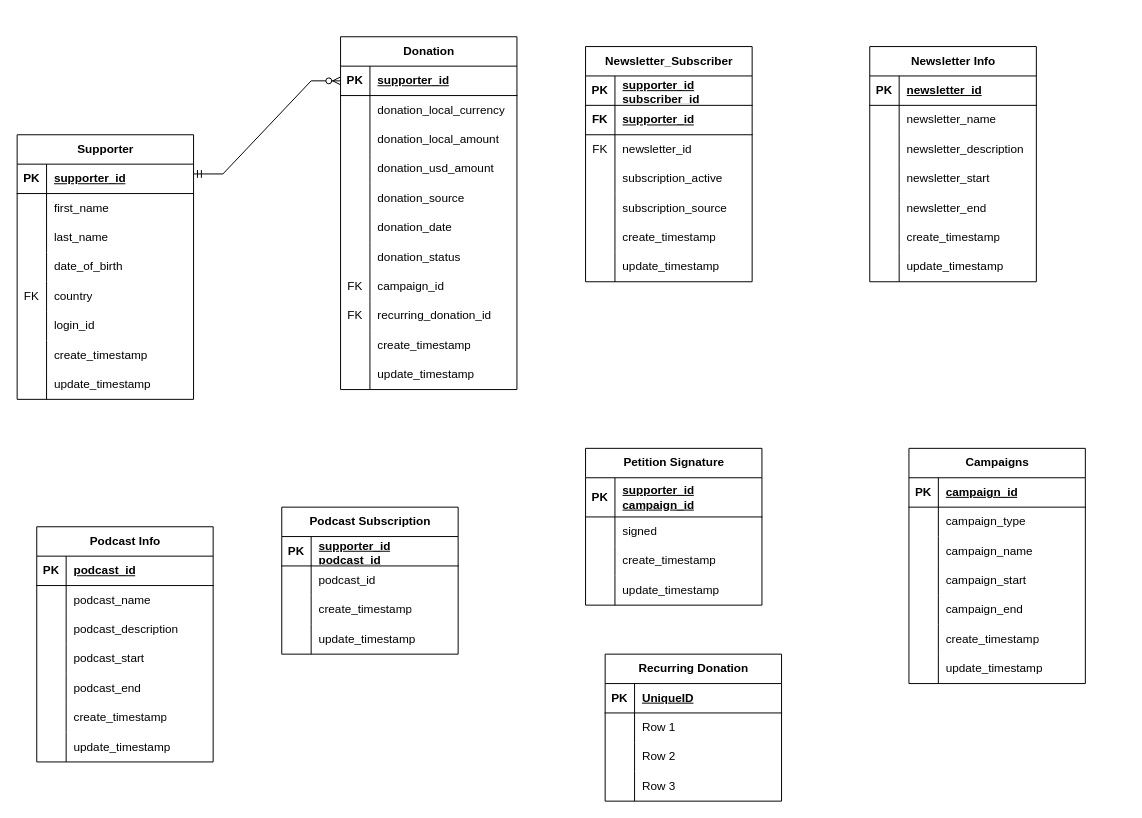
The draw.io diagram Untitled Diagram.drawio in GeoDan87/CIT225, before the edit. Source tidied: cells renumbered, new cells numbered last; positions are measured from the earlier drawing's top-left corner, leaving out a move shared by most shapes. Both pictures are drawn from the tidied source at 98%, with x=0, y=0 at pixel (17, 36).
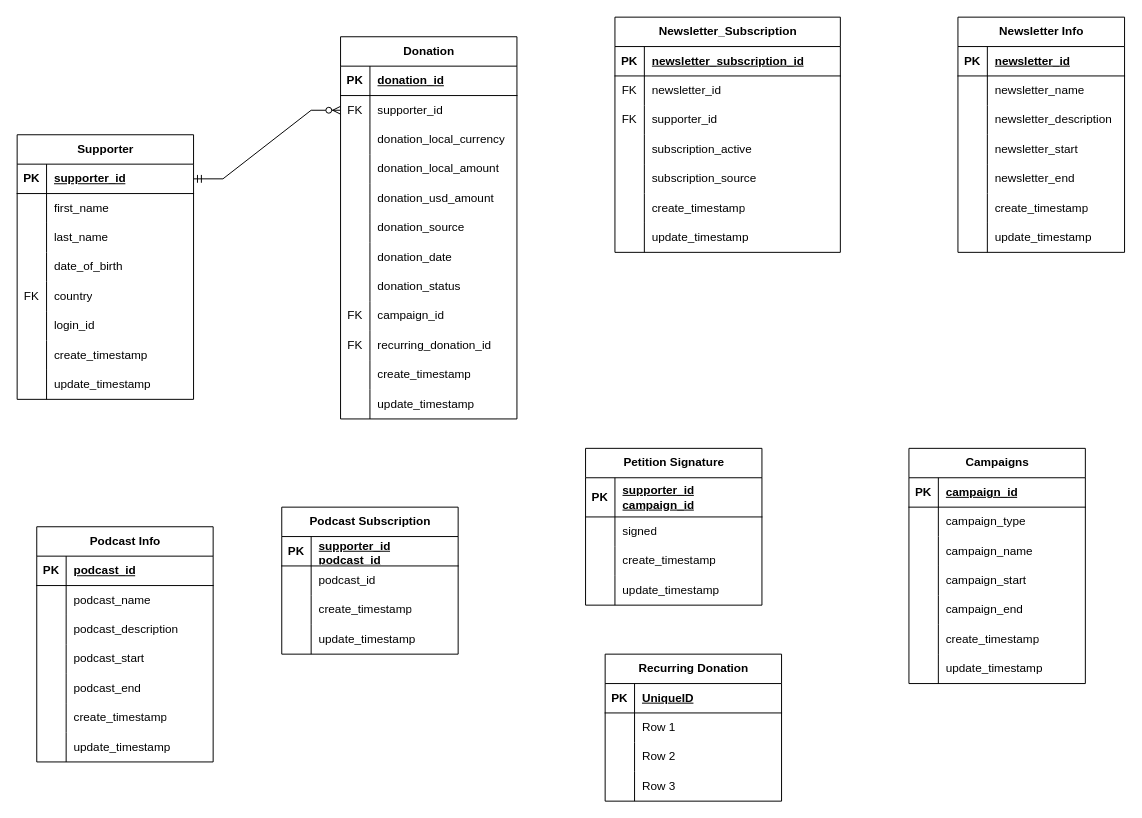
The same diagram, later.

Unchanged cells that the change refers to:
```xml
<mxCell id="3" style="shape=tableRow;horizontal=0;startSize=0;swimlaneHead=0;swimlaneBody=0;fillColor=none;points=[[0,0.5],[1,0.5]];portConstraint=eastwest;top=0;left=0;right=0;bottom=1;" parent="2" vertex="1">
  <mxGeometry y="30" width="180" height="30" as="geometry" />
</mxCell>
<mxCell id="98" style="shape=tableRow;horizontal=0;startSize=0;swimlaneHead=0;swimlaneBody=0;fillColor=none;points=[[0,0.5],[1,0.5]];portConstraint=eastwest;top=0;left=0;right=0;bottom=1;" parent="97" vertex="1">
  <mxGeometry y="30" width="180" height="30" as="geometry" />
</mxCell>
```

The edit, as a diff of the source:
```diff
@@
-    <mxCell id="40" value="Newsletter_Subscriber" style="shape=table;startSize=30;childLayout=tableLayout;rowLines=0;fontStyle=1;align=center;html=1;" parent="1" vertex="1">
-      <mxGeometry x="580" y="10" width="170" height="240" as="geometry" />
+    <mxCell id="40" value="Newsletter_Subscription" style="shape=table;startSize=30;childLayout=tableLayout;rowLines=0;fontStyle=1;align=center;html=1;" parent="1" vertex="1">
+      <mxGeometry x="610" y="-20" width="230" height="240" as="geometry" />
     </mxCell>
     <mxCell id="41" style="shape=tableRow;horizontal=0;startSize=0;swimlaneHead=0;swimlaneBody=0;fillColor=none;top=0;left=0;right=0;bottom=1;" parent="40" vertex="1">
-      <mxGeometry y="30" width="170" height="30" as="geometry" />
+      <mxGeometry y="30" width="230" height="30" as="geometry" />
     </mxCell>
@@
-    <mxCell id="43" value="supporter_id&lt;br&gt;subscriber_id" style="shape=partialRectangle;fillColor=none;top=0;left=0;bottom=0;right=0;align=left;spacingLeft=6;fontStyle=5;overflow=hidden;whiteSpace=wrap;html=1;" parent="41" vertex="1">
-      <mxGeometry x="30" width="140" height="30" as="geometry" />
+    <mxCell id="43" value="newsletter_subscription_id" style="shape=partialRectangle;fillColor=none;top=0;left=0;bottom=0;right=0;align=left;spacingLeft=6;fontStyle=5;overflow=hidden;whiteSpace=wrap;html=1;" parent="41" vertex="1">
+      <mxGeometry x="30" width="200" height="30" as="geometry" />
     </mxCell>
-    <mxCell id="44" style="shape=tableRow;horizontal=0;startSize=0;swimlaneHead=0;swimlaneBody=0;fillColor=none;top=0;left=0;right=0;bottom=1;" parent="40" vertex="1">
-      <mxGeometry y="60" width="170" height="30" as="geometry" />
-    </mxCell>
-    <mxCell id="45" value="FK" style="shape=partialRectangle;fillColor=none;top=0;left=0;bottom=0;right=0;fontStyle=1;overflow=hidden;whiteSpace=wrap;html=1;" parent="44" vertex="1">
-      <mxGeometry width="30" height="30" as="geometry" />
-    </mxCell>
-    <mxCell id="46" value="supporter_id" style="shape=partialRectangle;fillColor=none;top=0;left=0;bottom=0;right=0;align=left;spacingLeft=6;fontStyle=5;overflow=hidden;whiteSpace=wrap;html=1;" parent="44" vertex="1">
-      <mxGeometry x="30" width="140" height="30" as="geometry" />
-    </mxCell>
     <mxCell id="47" style="shape=tableRow;horizontal=0;startSize=0;swimlaneHead=0;swimlaneBody=0;fillColor=none;top=0;left=0;right=0;bottom=0;" parent="40" vertex="1">
-      <mxGeometry y="90" width="170" height="30" as="geometry" />
+      <mxGeometry y="60" width="230" height="30" as="geometry" />
     </mxCell>
@@
     <mxCell id="49" value="newsletter_id" style="shape=partialRectangle;fillColor=none;top=0;left=0;bottom=0;right=0;align=left;spacingLeft=6;overflow=hidden;whiteSpace=wrap;html=1;" parent="47" vertex="1">
-      <mxGeometry x="30" width="140" height="30" as="geometry" />
+      <mxGeometry x="30" width="200" height="30" as="geometry" />
     </mxCell>
+    <mxCell id="189" style="shape=tableRow;horizontal=0;startSize=0;swimlaneHead=0;swimlaneBody=0;fillColor=none;top=0;left=0;right=0;bottom=0;" parent="40" vertex="1">
+      <mxGeometry y="90" width="230" height="30" as="geometry" />
+    </mxCell>
+    <mxCell id="190" value="FK" style="shape=partialRectangle;fillColor=none;top=0;left=0;bottom=0;right=0;overflow=hidden;whiteSpace=wrap;html=1;" parent="189" vertex="1">
+      <mxGeometry width="30" height="30" as="geometry" />
+    </mxCell>
+    <mxCell id="191" value="supporter_id" style="shape=partialRectangle;fillColor=none;top=0;left=0;bottom=0;right=0;align=left;spacingLeft=6;overflow=hidden;whiteSpace=wrap;html=1;" parent="189" vertex="1">
+      <mxGeometry x="30" width="200" height="30" as="geometry" />
+    </mxCell>
     <mxCell id="50" style="shape=tableRow;horizontal=0;startSize=0;swimlaneHead=0;swimlaneBody=0;fillColor=none;top=0;left=0;right=0;bottom=0;" parent="40" vertex="1">
-      <mxGeometry y="120" width="170" height="30" as="geometry" />
+      <mxGeometry y="120" width="230" height="30" as="geometry" />
     </mxCell>
@@
     <mxCell id="52" value="subscription_active" style="shape=partialRectangle;fillColor=none;top=0;left=0;bottom=0;right=0;align=left;spacingLeft=6;overflow=hidden;whiteSpace=wrap;html=1;" parent="50" vertex="1">
-      <mxGeometry x="30" width="140" height="30" as="geometry" />
+      <mxGeometry x="30" width="200" height="30" as="geometry" />
     </mxCell>
     <mxCell id="53" style="shape=tableRow;horizontal=0;startSize=0;swimlaneHead=0;swimlaneBody=0;fillColor=none;top=0;left=0;right=0;bottom=0;" parent="40" vertex="1">
-      <mxGeometry y="150" width="170" height="30" as="geometry" />
+      <mxGeometry y="150" width="230" height="30" as="geometry" />
     </mxCell>
@@
     <mxCell id="55" value="subscription_source" style="shape=partialRectangle;fillColor=none;top=0;left=0;bottom=0;right=0;align=left;spacingLeft=6;overflow=hidden;whiteSpace=wrap;html=1;" parent="53" vertex="1">
-      <mxGeometry x="30" width="140" height="30" as="geometry" />
+      <mxGeometry x="30" width="200" height="30" as="geometry" />
     </mxCell>
     <mxCell id="56" style="shape=tableRow;horizontal=0;startSize=0;swimlaneHead=0;swimlaneBody=0;fillColor=none;top=0;left=0;right=0;bottom=0;" parent="40" vertex="1">
-      <mxGeometry y="180" width="170" height="30" as="geometry" />
+      <mxGeometry y="180" width="230" height="30" as="geometry" />
     </mxCell>
@@
     <mxCell id="58" value="create_timestamp" style="shape=partialRectangle;fillColor=none;top=0;left=0;bottom=0;right=0;align=left;spacingLeft=6;overflow=hidden;whiteSpace=wrap;html=1;" parent="56" vertex="1">
-      <mxGeometry x="30" width="140" height="30" as="geometry" />
+      <mxGeometry x="30" width="200" height="30" as="geometry" />
     </mxCell>
     <mxCell id="59" style="shape=tableRow;horizontal=0;startSize=0;swimlaneHead=0;swimlaneBody=0;fillColor=none;top=0;left=0;right=0;bottom=0;" parent="40" vertex="1">
-      <mxGeometry y="210" width="170" height="30" as="geometry" />
+      <mxGeometry y="210" width="230" height="30" as="geometry" />
     </mxCell>
@@
     <mxCell id="61" value="update_timestamp" style="shape=partialRectangle;fillColor=none;top=0;left=0;bottom=0;right=0;align=left;spacingLeft=6;overflow=hidden;whiteSpace=wrap;html=1;" parent="59" vertex="1">
-      <mxGeometry x="30" width="140" height="30" as="geometry" />
+      <mxGeometry x="30" width="200" height="30" as="geometry" />
     </mxCell>
@@
     <mxCell id="97" value="Donation" style="shape=table;startSize=30;childLayout=tableLayout;rowLines=0;fontStyle=1;align=center;html=1;" parent="1" vertex="1">
-      <mxGeometry x="330" width="180" height="360" as="geometry" />
+      <mxGeometry x="330" width="180" height="390" as="geometry" />
     </mxCell>
@@
-    <mxCell id="100" value="supporter_id" style="shape=partialRectangle;fillColor=none;top=0;left=0;bottom=0;right=0;align=left;spacingLeft=6;fontStyle=5;overflow=hidden;whiteSpace=wrap;html=1;" parent="98" vertex="1">
+    <mxCell id="100" value="donation_id" style="shape=partialRectangle;fillColor=none;top=0;left=0;bottom=0;right=0;align=left;spacingLeft=6;fontStyle=5;overflow=hidden;whiteSpace=wrap;html=1;" parent="98" vertex="1">
       <mxGeometry x="30" width="150" height="30" as="geometry" />
     </mxCell>
+    <mxCell id="192" style="shape=tableRow;horizontal=0;startSize=0;swimlaneHead=0;swimlaneBody=0;fillColor=none;points=[[0,0.5],[1,0.5]];portConstraint=eastwest;top=0;left=0;right=0;bottom=0;" parent="97" vertex="1">
+      <mxGeometry y="60" width="180" height="30" as="geometry" />
+    </mxCell>
+    <mxCell id="193" value="FK" style="shape=partialRectangle;fillColor=none;top=0;left=0;bottom=0;right=0;overflow=hidden;whiteSpace=wrap;html=1;" parent="192" vertex="1">
+      <mxGeometry width="30" height="30" as="geometry" />
+    </mxCell>
+    <mxCell id="194" value="supporter_id" style="shape=partialRectangle;fillColor=none;top=0;left=0;bottom=0;right=0;align=left;spacingLeft=6;overflow=hidden;whiteSpace=wrap;html=1;" parent="192" vertex="1">
+      <mxGeometry x="30" width="150" height="30" as="geometry" />
+    </mxCell>
     <mxCell id="101" style="shape=tableRow;horizontal=0;startSize=0;swimlaneHead=0;swimlaneBody=0;fillColor=none;top=0;left=0;right=0;bottom=0;" parent="97" vertex="1">
-      <mxGeometry y="60" width="180" height="30" as="geometry" />
+      <mxGeometry y="90" width="180" height="30" as="geometry" />
     </mxCell>
@@
     <mxCell id="104" style="shape=tableRow;horizontal=0;startSize=0;swimlaneHead=0;swimlaneBody=0;fillColor=none;top=0;left=0;right=0;bottom=0;" parent="97" vertex="1">
-      <mxGeometry y="90" width="180" height="30" as="geometry" />
+      <mxGeometry y="120" width="180" height="30" as="geometry" />
     </mxCell>
@@
     <mxCell id="107" style="shape=tableRow;horizontal=0;startSize=0;swimlaneHead=0;swimlaneBody=0;fillColor=none;top=0;left=0;right=0;bottom=0;" parent="97" vertex="1">
-      <mxGeometry y="120" width="180" height="30" as="geometry" />
+      <mxGeometry y="150" width="180" height="30" as="geometry" />
     </mxCell>
@@
     <mxCell id="110" style="shape=tableRow;horizontal=0;startSize=0;swimlaneHead=0;swimlaneBody=0;fillColor=none;top=0;left=0;right=0;bottom=0;" parent="97" vertex="1">
-      <mxGeometry y="150" width="180" height="30" as="geometry" />
+      <mxGeometry y="180" width="180" height="30" as="geometry" />
     </mxCell>
@@
     <mxCell id="113" style="shape=tableRow;horizontal=0;startSize=0;swimlaneHead=0;swimlaneBody=0;fillColor=none;top=0;left=0;right=0;bottom=0;" parent="97" vertex="1">
-      <mxGeometry y="180" width="180" height="30" as="geometry" />
+      <mxGeometry y="210" width="180" height="30" as="geometry" />
     </mxCell>
@@
     <mxCell id="116" style="shape=tableRow;horizontal=0;startSize=0;swimlaneHead=0;swimlaneBody=0;fillColor=none;top=0;left=0;right=0;bottom=0;" parent="97" vertex="1">
-      <mxGeometry y="210" width="180" height="30" as="geometry" />
+      <mxGeometry y="240" width="180" height="30" as="geometry" />
     </mxCell>
@@
     <mxCell id="119" style="shape=tableRow;horizontal=0;startSize=0;swimlaneHead=0;swimlaneBody=0;fillColor=none;top=0;left=0;right=0;bottom=0;" parent="97" vertex="1">
-      <mxGeometry y="240" width="180" height="30" as="geometry" />
+      <mxGeometry y="270" width="180" height="30" as="geometry" />
     </mxCell>
@@
     <mxCell id="122" style="shape=tableRow;horizontal=0;startSize=0;swimlaneHead=0;swimlaneBody=0;fillColor=none;top=0;left=0;right=0;bottom=0;" parent="97" vertex="1">
-      <mxGeometry y="270" width="180" height="30" as="geometry" />
+      <mxGeometry y="300" width="180" height="30" as="geometry" />
     </mxCell>
@@
     <mxCell id="125" style="shape=tableRow;horizontal=0;startSize=0;swimlaneHead=0;swimlaneBody=0;fillColor=none;top=0;left=0;right=0;bottom=0;" parent="97" vertex="1">
-      <mxGeometry y="300" width="180" height="30" as="geometry" />
+      <mxGeometry y="330" width="180" height="30" as="geometry" />
     </mxCell>
@@
     <mxCell id="128" style="shape=tableRow;horizontal=0;startSize=0;swimlaneHead=0;swimlaneBody=0;fillColor=none;top=0;left=0;right=0;bottom=0;" parent="97" vertex="1">
-      <mxGeometry y="330" width="180" height="30" as="geometry" />
+      <mxGeometry y="360" width="180" height="30" as="geometry" />
     </mxCell>
@@
     <mxCell id="131" value="Newsletter Info" style="shape=table;startSize=30;childLayout=tableLayout;rowLines=0;fontStyle=1;align=center;html=1;" parent="1" vertex="1">
-      <mxGeometry x="870" y="10" width="170" height="240" as="geometry" />
+      <mxGeometry x="960" y="-20" width="170" height="240" as="geometry" />
     </mxCell>
@@
-    <mxCell id="153" style="edgeStyle=entityRelationEdgeStyle;fontSize=12;html=1;endArrow=ERzeroToMany;startArrow=ERmandOne;rounded=0;entryX=0;entryY=0.5;entryDx=0;entryDy=0;" parent="1" edge="1" target="98">
-      <mxGeometry relative="1" as="geometry">
-        <mxPoint x="180" y="140" as="sourcePoint" />
-      </mxGeometry>
+    <mxCell id="153" style="edgeStyle=entityRelationEdgeStyle;fontSize=12;html=1;endArrow=ERzeroToMany;startArrow=ERmandOne;rounded=0;entryX=0;entryY=0.5;entryDx=0;entryDy=0;exitX=1;exitY=0.5;exitDx=0;exitDy=0;" parent="1" edge="1" source="3" target="192">
+      <mxGeometry relative="1" as="geometry" />
     </mxCell>
```
